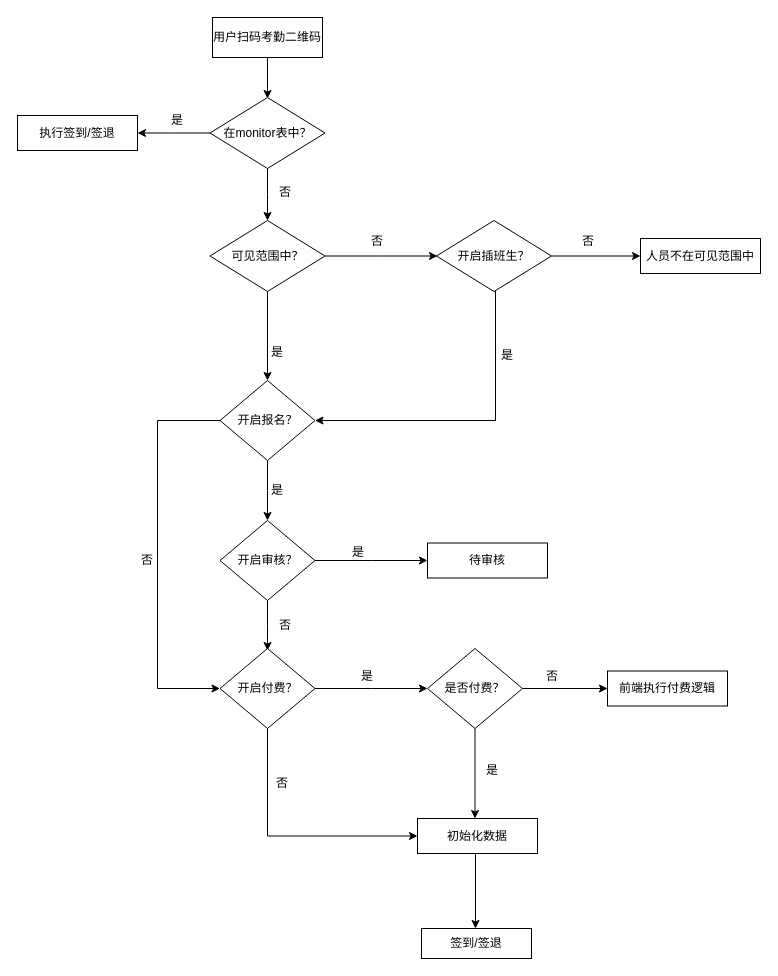
oceanbai/imageUrl keeps this draw.io diagram as 插班生需求.drawio. Above is the earlier version. Source tidied: cells renumbered, new cells numbered last; positions are measured from the earlier drawing's top-left corner, leaving out a move shared by most shapes. Both pictures are drawn from the tidied source at 100%, with x=0, y=0 at pixel (17, 17).
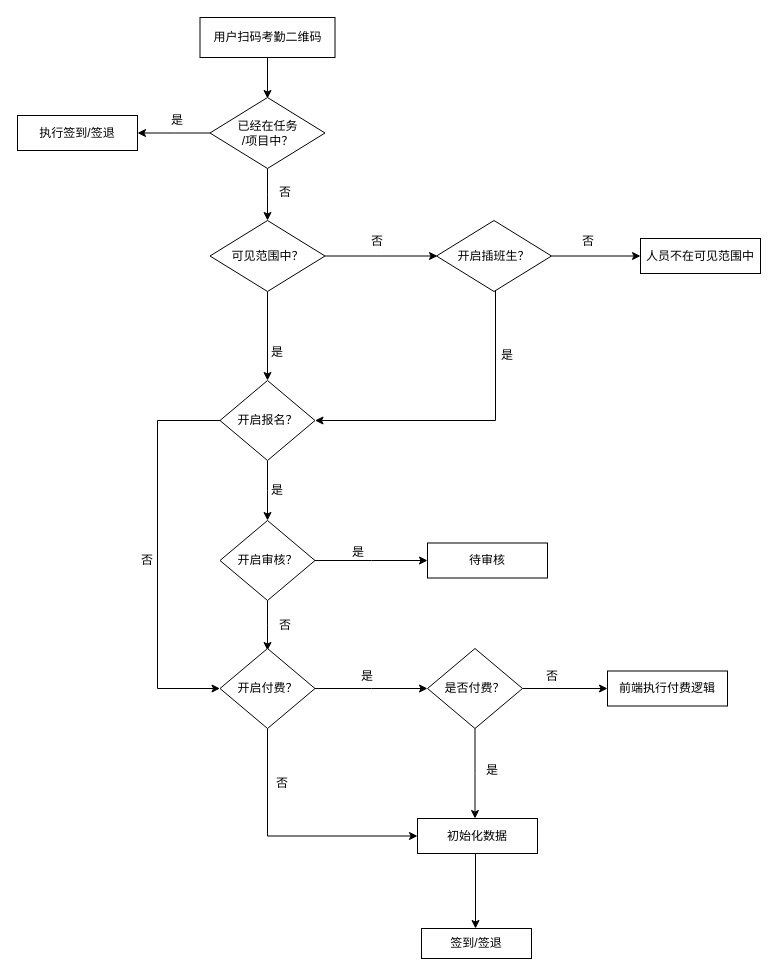
Above is the later version.

Commit message (it also covers changes not shown here):
更新插班生需求.drawio

Diff of the diagram source:
```diff
@@
     <mxCell id="3" value="用户扫码考勤二维码" style="rounded=0;whiteSpace=wrap;html=1;" parent="1" vertex="1">
-      <mxGeometry x="195" width="110" height="40" as="geometry" />
+      <mxGeometry x="182.5" width="135" height="40" as="geometry" />
     </mxCell>
@@
-    <mxCell id="6" value="&lt;span&gt;在monitor表中？&lt;/span&gt;" style="rhombus;whiteSpace=wrap;html=1;" parent="1" vertex="1">
+    <mxCell id="6" value="&lt;span&gt;已经在任务&lt;br&gt;/项目中？&lt;/span&gt;" style="rhombus;whiteSpace=wrap;html=1;" parent="1" vertex="1">
       <mxGeometry x="192.5" y="80" width="115" height="71" as="geometry" />
     </mxCell>
```
